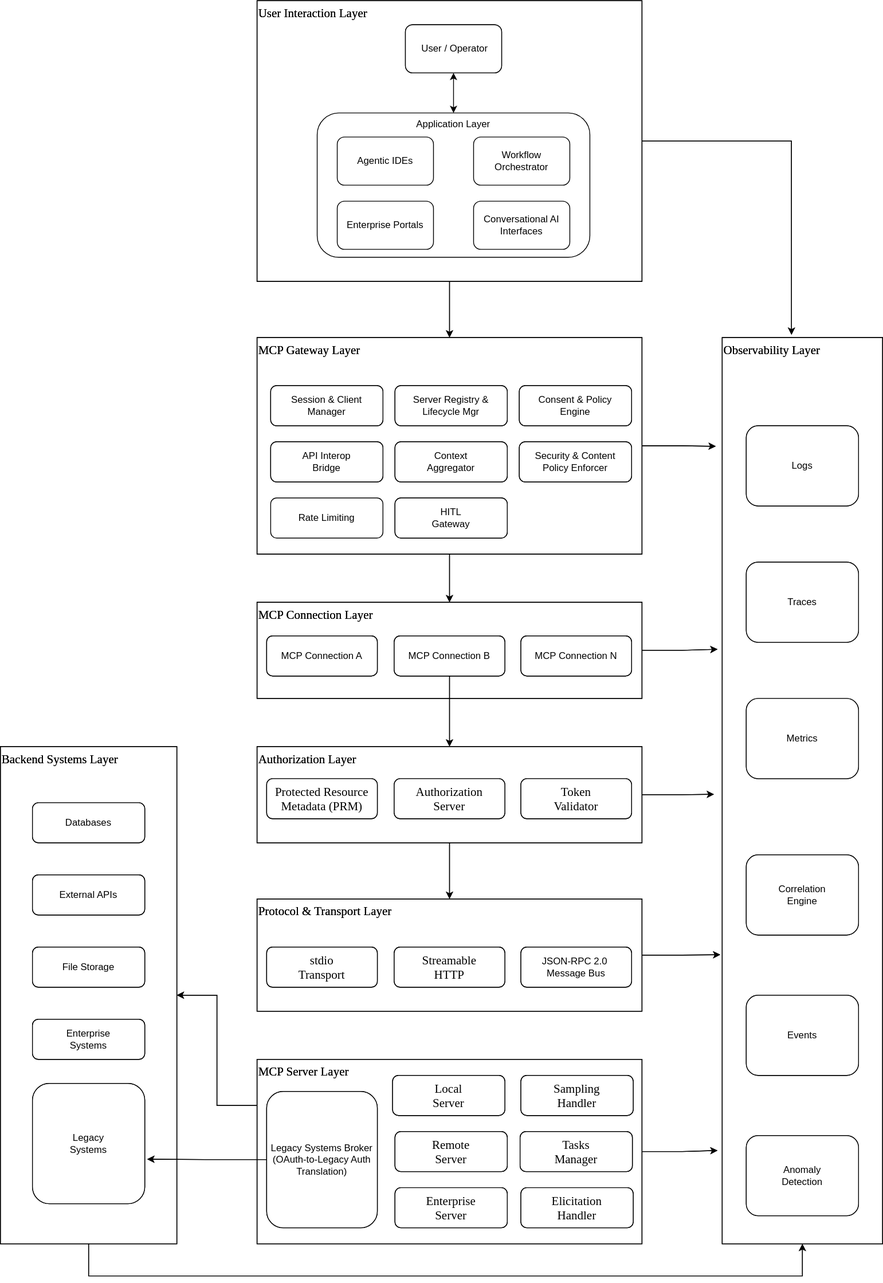
Earlier version of the draw.io export Library/reference_architecture/mcp/ra/assets/mcp_ra.svg (finos-labs/ai-reference-architecture-library). Source tidied: cells renumbered, new cells last; positions are measured from the earlier drawing's top-left corner, leaving out a move shared by most shapes.
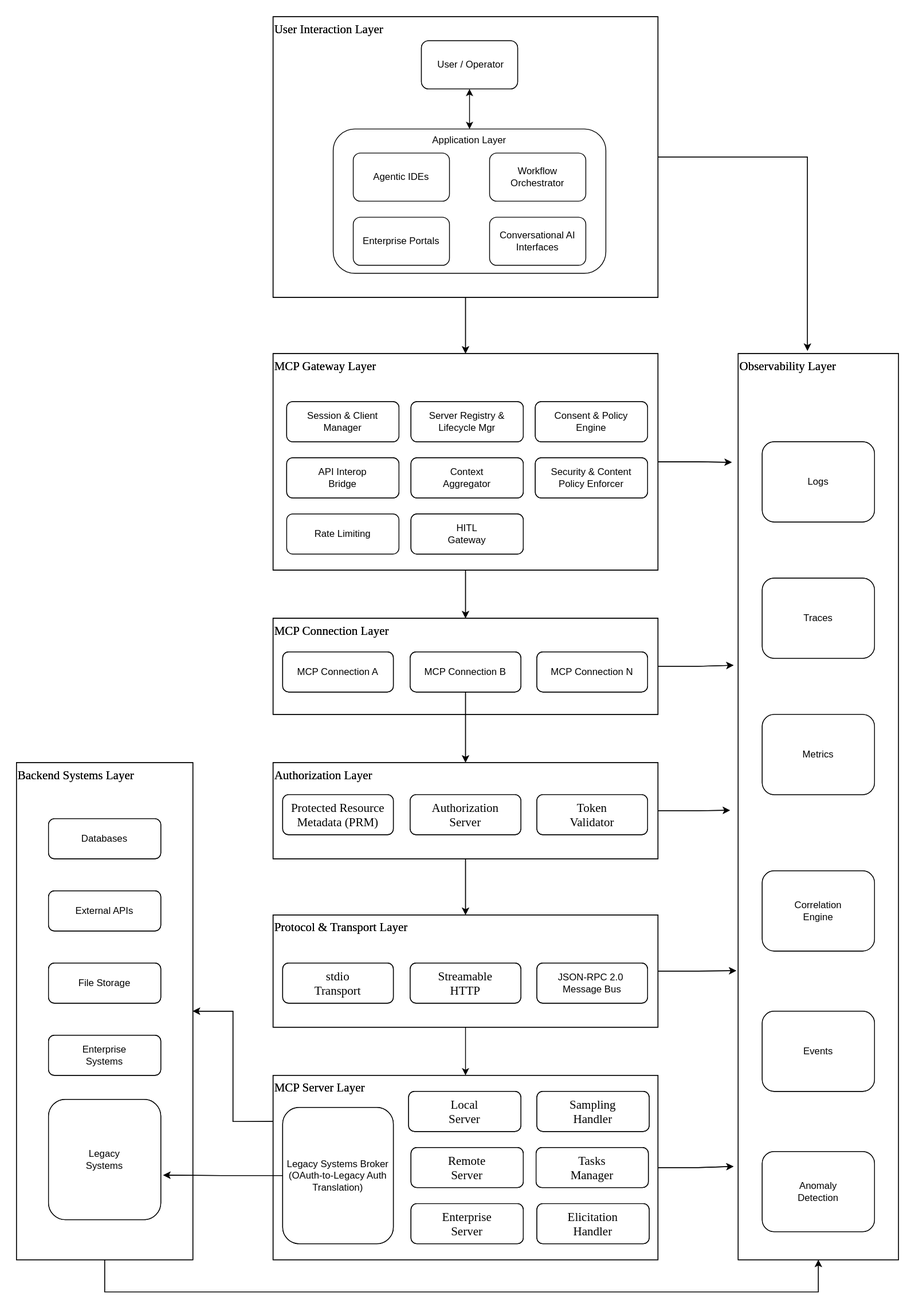
The same file after the commit.

Commit message:
Fix: Added missing arrow

The edit, as a diff of the source:
```diff
@@ -238,6 +238,9 @@
     <mxCell id="78" value="Authorization Layer" style="rounded=0;whiteSpace=wrap;html=1;fillColor=none;verticalAlign=top;align=left;fontFamily=Times New Roman;fontSize=15;" parent="1" vertex="1">
       <mxGeometry x="320" y="930" width="480" height="120" as="geometry" />
     </mxCell>
+    <mxCell id="121" style="edgeStyle=orthogonalEdgeStyle;rounded=0;jettySize=auto;html=1;entryX=0.5;entryY=0;entryDx=0;entryDy=0;" parent="1" edge="1" source="79" target="81">
+      <mxGeometry relative="1" as="geometry" />
+    </mxCell>
     <mxCell id="79" value="Protocol &amp; Transport Layer" style="rounded=0;whiteSpace=wrap;html=1;fillColor=none;verticalAlign=top;align=left;fontFamily=Times New Roman;fontSize=15;rotation=0;" parent="1" vertex="1">
       <mxGeometry x="320" y="1120" width="480" height="140" as="geometry" />
     </mxCell>
```
